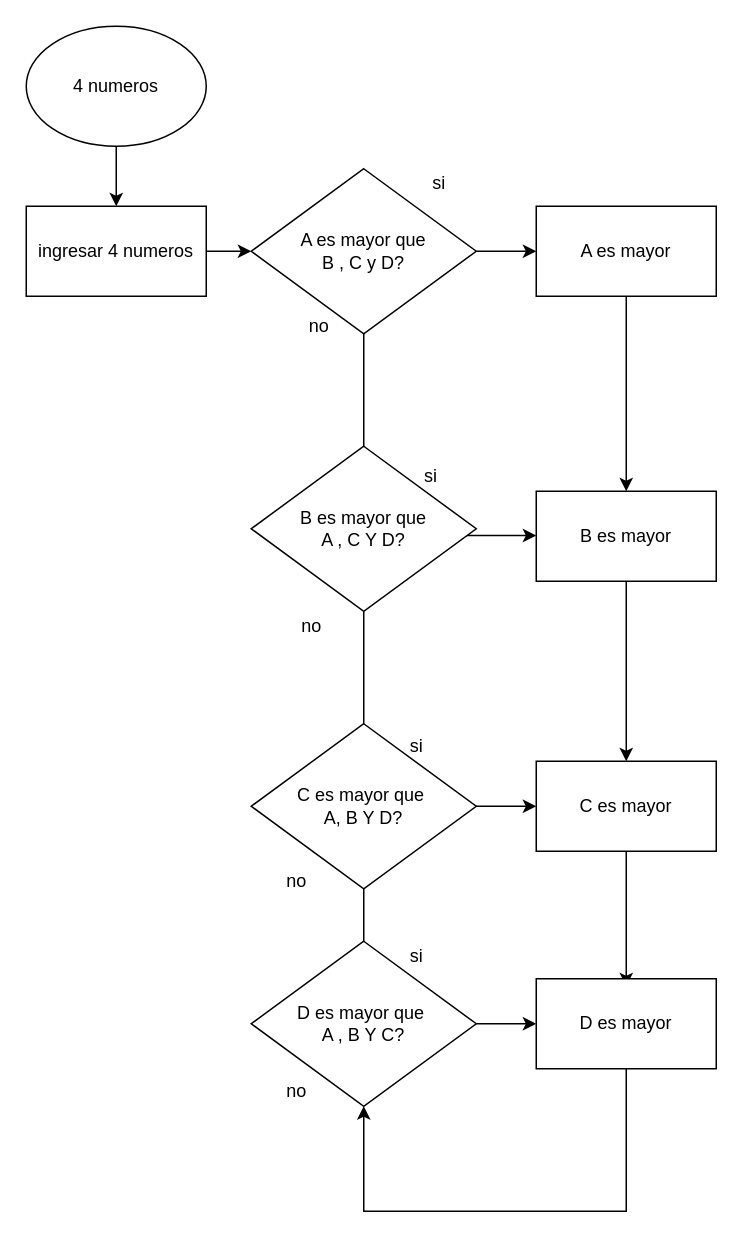
Earlier version of the draw.io diagram page "4 Números" (1 of 2) of Untitled Diagram.drawio (Matyplop/Matyplop.github.io). Source tidied: cells renumbered, new cells numbered last; positions are measured from the earlier drawing's top-left corner, leaving out a move shared by most shapes. Both pictures are drawn from the tidied source at 150%, with x=0, y=0 at pixel (26, 26).
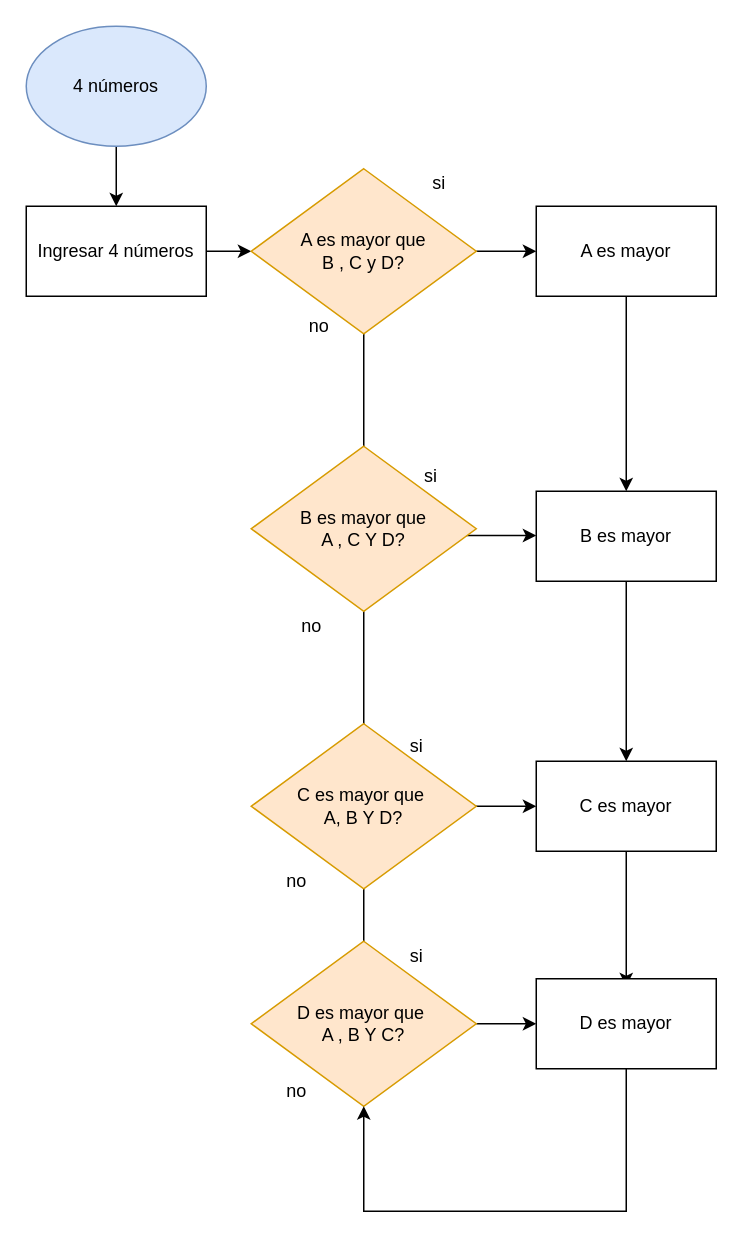
The same diagram, later.

Change to the diagram source:
```diff
@@
-    <mxCell id="3" value="4 numeros" style="ellipse;whiteSpace=wrap;html=1;" parent="1" vertex="1">
+    <mxCell id="3" value="4 números" style="ellipse;whiteSpace=wrap;html=1;fillColor=#dae8fc;strokeColor=#6c8ebf;" parent="1" vertex="1">
       <mxGeometry width="120" height="80" as="geometry" />
     </mxCell>
@@
-    <mxCell id="5" value="ingresar 4 numeros" style="rounded=0;whiteSpace=wrap;html=1;" parent="1" vertex="1">
+    <mxCell id="5" value="Ingresar 4 números" style="rounded=0;whiteSpace=wrap;html=1;" parent="1" vertex="1">
       <mxGeometry y="120" width="120" height="60" as="geometry" />
     </mxCell>
@@
-    <mxCell id="8" value="A es mayor que &lt;br&gt;B , C y D?" style="rhombus;whiteSpace=wrap;html=1;" parent="1" vertex="1">
+    <mxCell id="8" value="A es mayor que &lt;br&gt;B , C y D?" style="rhombus;whiteSpace=wrap;html=1;fillColor=#ffe6cc;strokeColor=#d79b00;" parent="1" vertex="1">
       <mxGeometry x="150" y="95" width="150" height="110" as="geometry" />
     </mxCell>
@@
-    <mxCell id="27" value="B es mayor que &lt;br&gt;A , C Y D?" style="rhombus;whiteSpace=wrap;html=1;" parent="1" vertex="1">
+    <mxCell id="27" value="B es mayor que &lt;br&gt;A , C Y D?" style="rhombus;whiteSpace=wrap;html=1;fillColor=#ffe6cc;strokeColor=#d79b00;" parent="1" vertex="1">
       <mxGeometry x="150" y="280" width="150" height="110" as="geometry" />
     </mxCell>
-    <mxCell id="28" value="C es mayor que&amp;nbsp;&lt;br&gt;A, B Y D?" style="rhombus;whiteSpace=wrap;html=1;" parent="1" vertex="1">
+    <mxCell id="28" value="C es mayor que&amp;nbsp;&lt;br&gt;A, B Y D?" style="rhombus;whiteSpace=wrap;html=1;fillColor=#ffe6cc;strokeColor=#d79b00;" parent="1" vertex="1">
       <mxGeometry x="150" y="465" width="150" height="110" as="geometry" />
     </mxCell>
@@
-    <mxCell id="30" value="D es mayor que&amp;nbsp;&lt;br&gt;A , B Y C?" style="rhombus;whiteSpace=wrap;html=1;" parent="1" vertex="1">
+    <mxCell id="30" value="D es mayor que&amp;nbsp;&lt;br&gt;A , B Y C?" style="rhombus;whiteSpace=wrap;html=1;fillColor=#ffe6cc;strokeColor=#d79b00;" parent="1" vertex="1">
       <mxGeometry x="150" y="610" width="150" height="110" as="geometry" />
     </mxCell>
```
